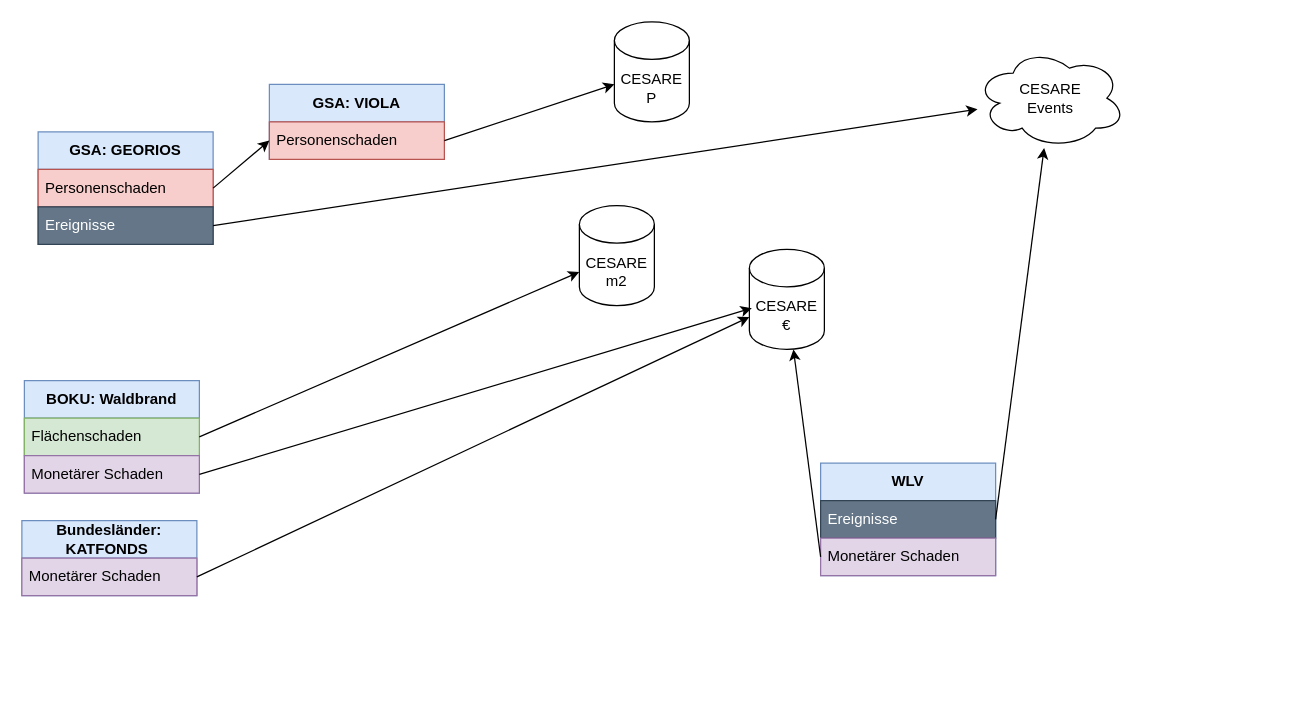
thomini/cesare_data_flow keeps this draw.io diagram as Unbenanntes Diagramm.drawio. Above is the earlier version. Source tidied: cells renumbered, new cells numbered last; positions are measured from the earlier drawing's top-left corner, leaving out a move shared by most shapes. Both pictures are drawn from the tidied source at 125%, with x=0, y=0 at pixel (21, 21).
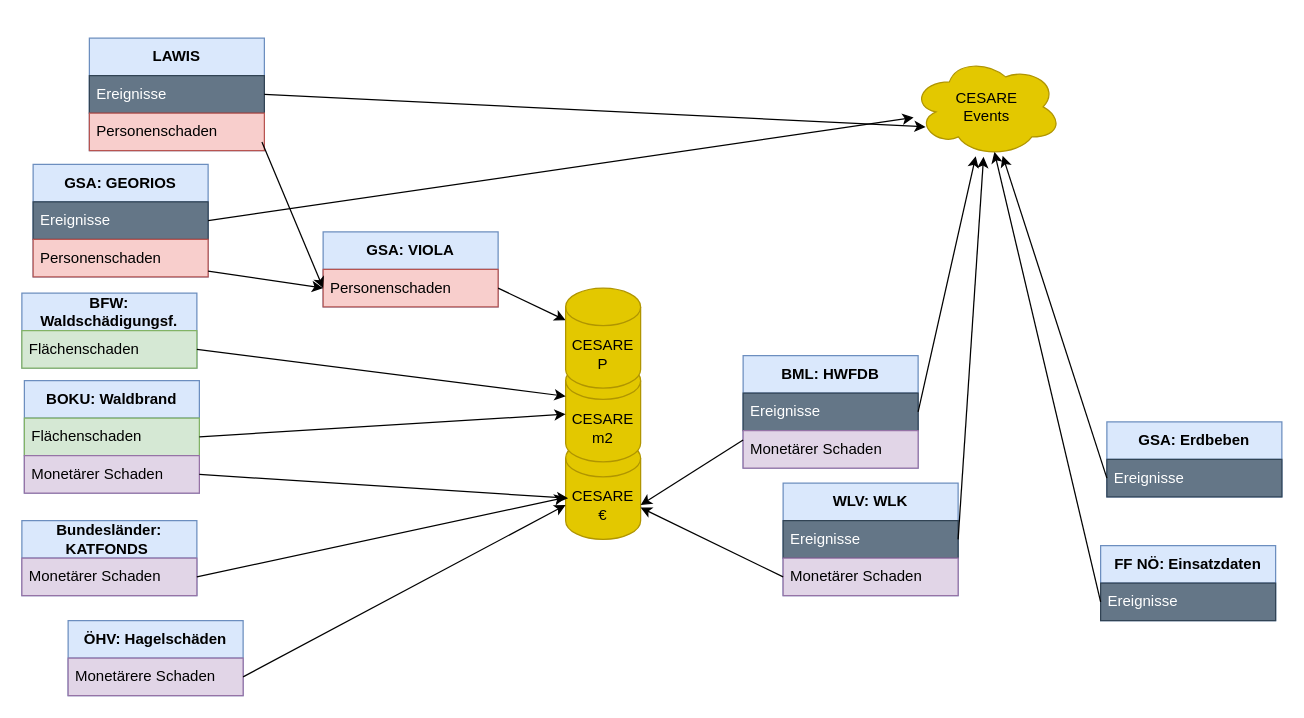
The same diagram, later.

Commit message:
DEV: include all sources

The change refers to these unchanged cells:
```xml
<mxCell id="3" value="Personenschaden" style="text;strokeColor=#b85450;fillColor=#f8cecc;align=left;verticalAlign=middle;spacingLeft=4;spacingRight=4;overflow=hidden;points=[[0,0.5],[1,0.5]];portConstraint=eastwest;whiteSpace=wrap;html=1;" parent="2" vertex="1">
  <mxGeometry y="30" width="140" height="30" as="geometry" />
</mxCell>
```

Diff of the diagram source:
```diff
@@
     <mxCell id="2" value="&lt;b&gt;GSA: VIOLA&lt;/b&gt;" style="swimlane;fontStyle=0;horizontal=1;startSize=30;whiteSpace=wrap;html=1;fillColor=#dae8fc;strokeColor=#6c8ebf;" parent="1" vertex="1">
-      <mxGeometry x="198" y="50" width="140" height="60" as="geometry" />
+      <mxGeometry x="241" y="168" width="140" height="60" as="geometry" />
     </mxCell>
@@
-    <mxCell id="7" value="CESARE&lt;div&gt;€&lt;/div&gt;" style="shape=cylinder3;whiteSpace=wrap;html=1;boundedLbl=1;backgroundOutline=1;size=15;" parent="1" vertex="1">
-      <mxGeometry x="582" y="182" width="60" height="80" as="geometry" />
+    <mxCell id="7" value="CESARE&lt;div&gt;€&lt;/div&gt;" style="shape=cylinder3;whiteSpace=wrap;html=1;boundedLbl=1;backgroundOutline=1;size=15;fillColor=#e3c800;fontColor=#000000;strokeColor=#B09500;" parent="1" vertex="1">
+      <mxGeometry x="435" y="334" width="60" height="80" as="geometry" />
     </mxCell>
-    <mxCell id="8" value="CESARE&lt;div&gt;P&lt;/div&gt;" style="shape=cylinder3;whiteSpace=wrap;html=1;boundedLbl=1;backgroundOutline=1;size=15;" parent="1" vertex="1">
-      <mxGeometry x="474" width="60" height="80" as="geometry" />
-    </mxCell>
-    <mxCell id="9" value="CESARE&lt;div&gt;m2&lt;/div&gt;" style="shape=cylinder3;whiteSpace=wrap;html=1;boundedLbl=1;backgroundOutline=1;size=15;" parent="1" vertex="1">
-      <mxGeometry x="446" y="147" width="60" height="80" as="geometry" />
+    <mxCell id="9" value="CESARE&lt;div&gt;m2&lt;/div&gt;" style="shape=cylinder3;whiteSpace=wrap;html=1;boundedLbl=1;backgroundOutline=1;size=15;fillColor=#e3c800;fontColor=#000000;strokeColor=#B09500;" parent="1" vertex="1">
+      <mxGeometry x="435" y="272" width="60" height="80" as="geometry" />
     </mxCell>
@@
-    <mxCell id="12" value="&lt;b&gt;WLV&lt;/b&gt;" style="swimlane;fontStyle=0;horizontal=1;startSize=30;whiteSpace=wrap;html=1;fillColor=#dae8fc;strokeColor=#6c8ebf;" parent="1" vertex="1">
-      <mxGeometry x="639" y="353" width="140" height="90" as="geometry" />
+    <mxCell id="12" value="&lt;b&gt;WLV: WLK&lt;/b&gt;" style="swimlane;fontStyle=0;horizontal=1;startSize=30;whiteSpace=wrap;html=1;fillColor=#dae8fc;strokeColor=#6c8ebf;" parent="1" vertex="1">
+      <mxGeometry x="609" y="369" width="140" height="90" as="geometry" />
     </mxCell>
@@
-    <mxCell id="19" value="CESARE&lt;div&gt;Events&lt;/div&gt;" style="ellipse;shape=cloud;whiteSpace=wrap;html=1;" parent="1" vertex="1">
-      <mxGeometry x="763" y="21" width="120" height="80" as="geometry" />
+    <mxCell id="19" value="CESARE&lt;div&gt;Events&lt;/div&gt;" style="ellipse;shape=cloud;whiteSpace=wrap;html=1;fillColor=#e3c800;fontColor=#000000;strokeColor=#B09500;" parent="1" vertex="1">
+      <mxGeometry x="712" y="28" width="120" height="80" as="geometry" />
     </mxCell>
@@
     <mxCell id="22" value="&lt;b&gt;GSA: GEORIOS&lt;/b&gt;" style="swimlane;fontStyle=0;horizontal=1;startSize=30;whiteSpace=wrap;html=1;fillColor=#dae8fc;strokeColor=#6c8ebf;" parent="1" vertex="1">
-      <mxGeometry x="13" y="88" width="140" height="90" as="geometry" />
+      <mxGeometry x="9" y="114" width="140" height="90" as="geometry" />
     </mxCell>
+    <mxCell id="24" value="Ereignisse" style="text;strokeColor=#314354;fillColor=#647687;align=left;verticalAlign=middle;spacingLeft=4;spacingRight=4;overflow=hidden;points=[[0,0.5],[1,0.5]];portConstraint=eastwest;whiteSpace=wrap;html=1;fontColor=#ffffff;" parent="22" vertex="1">
+      <mxGeometry y="30" width="140" height="30" as="geometry" />
+    </mxCell>
     <mxCell id="23" value="Personenschaden" style="text;strokeColor=#b85450;fillColor=#f8cecc;align=left;verticalAlign=middle;spacingLeft=4;spacingRight=4;overflow=hidden;points=[[0,0.5],[1,0.5]];portConstraint=eastwest;whiteSpace=wrap;html=1;" parent="22" vertex="1">
-      <mxGeometry y="30" width="140" height="30" as="geometry" />
+      <mxGeometry y="60" width="140" height="30" as="geometry" />
     </mxCell>
-    <mxCell id="24" value="Ereignisse" style="text;strokeColor=#314354;fillColor=#647687;align=left;verticalAlign=middle;spacingLeft=4;spacingRight=4;overflow=hidden;points=[[0,0.5],[1,0.5]];portConstraint=eastwest;whiteSpace=wrap;html=1;fontColor=#ffffff;" parent="22" vertex="1">
-      <mxGeometry y="60" width="140" height="30" as="geometry" />
-    </mxCell>
-    <mxCell id="25" style="endArrow=classic;html=1;rounded=0;exitX=1;exitY=0.5;exitDx=0;exitDy=0;entryX=0;entryY=0.5;entryDx=0;entryDy=0;" parent="1" edge="1" source="22" target="3">
+    <mxCell id="25" style="endArrow=classic;html=1;rounded=0;entryX=0;entryY=0.5;entryDx=0;entryDy=0;" parent="1" edge="1" source="23" target="3">
       <mxGeometry relative="1" as="geometry" />
     </mxCell>
+    <mxCell id="27" value="&lt;b&gt;BML: HWFDB&lt;/b&gt;" style="swimlane;fontStyle=0;horizontal=1;startSize=30;whiteSpace=wrap;html=1;fillColor=#dae8fc;strokeColor=#6c8ebf;" parent="1" vertex="1">
+      <mxGeometry x="577" y="267" width="140" height="90" as="geometry" />
+    </mxCell>
+    <mxCell id="28" value="Ereignisse" style="text;strokeColor=#314354;fillColor=#647687;align=left;verticalAlign=middle;spacingLeft=4;spacingRight=4;overflow=hidden;whiteSpace=wrap;html=1;fontColor=#ffffff;" parent="27" vertex="1">
+      <mxGeometry y="30" width="140" height="30" as="geometry" />
+    </mxCell>
+    <mxCell id="29" value="Monetärer Schaden" style="text;strokeColor=#9673a6;fillColor=#e1d5e7;align=left;verticalAlign=middle;spacingLeft=4;spacingRight=4;overflow=hidden;whiteSpace=wrap;html=1;" parent="27" vertex="1">
+      <mxGeometry y="60" width="140" height="30" as="geometry" />
+    </mxCell>
+    <mxCell id="30" value="&lt;b&gt;FF NÖ: Einsatzdaten&lt;/b&gt;" style="swimlane;fontStyle=0;horizontal=1;startSize=30;whiteSpace=wrap;html=1;fillColor=#dae8fc;strokeColor=#6c8ebf;" parent="1" vertex="1">
+      <mxGeometry x="863" y="419" width="140" height="60" as="geometry" />
+    </mxCell>
+    <mxCell id="31" value="Ereignisse" style="text;strokeColor=#314354;fillColor=#647687;align=left;verticalAlign=middle;spacingLeft=4;spacingRight=4;overflow=hidden;whiteSpace=wrap;html=1;fontColor=#ffffff;" parent="30" vertex="1">
+      <mxGeometry y="30" width="140" height="30" as="geometry" />
+    </mxCell>
+    <mxCell id="32" value="&lt;b&gt;BFW: Waldschädigungsf.&lt;/b&gt;" style="swimlane;fontStyle=0;horizontal=1;startSize=30;whiteSpace=wrap;html=1;fillColor=#dae8fc;strokeColor=#6c8ebf;" parent="1" vertex="1">
+      <mxGeometry y="217" width="140" height="60" as="geometry" />
+    </mxCell>
+    <mxCell id="33" value="Flächenschaden" style="text;strokeColor=#82b366;fillColor=#d5e8d4;align=left;verticalAlign=middle;spacingLeft=4;spacingRight=4;overflow=hidden;points=[[0,0.5],[1,0.5]];portConstraint=eastwest;whiteSpace=wrap;html=1;" parent="32" vertex="1">
+      <mxGeometry y="30" width="140" height="30" as="geometry" />
+    </mxCell>
+    <mxCell id="34" style="endArrow=classic;html=1;rounded=0;exitX=1;exitY=0.5;exitDx=0;exitDy=0;entryX=0;entryY=0;entryDx=0;entryDy=27.5;entryPerimeter=0;" parent="1" edge="1" source="33" target="9">
+      <mxGeometry relative="1" as="geometry" />
+    </mxCell>
@@
+    <mxCell id="8" value="CESARE&lt;div&gt;P&lt;/div&gt;" style="shape=cylinder3;whiteSpace=wrap;html=1;boundedLbl=1;backgroundOutline=1;size=15;fillColor=#e3c800;fontColor=#000000;strokeColor=#B09500;" parent="1" vertex="1">
+      <mxGeometry x="435" y="213" width="60" height="80" as="geometry" />
+    </mxCell>
+    <mxCell id="35" value="&lt;b&gt;GSA: Erdbeben&lt;/b&gt;" style="swimlane;fontStyle=0;horizontal=1;startSize=30;whiteSpace=wrap;html=1;fillColor=#dae8fc;strokeColor=#6c8ebf;" parent="1" vertex="1">
+      <mxGeometry x="868" y="320" width="140" height="60" as="geometry" />
+    </mxCell>
+    <mxCell id="36" value="Ereignisse" style="text;strokeColor=#314354;fillColor=#647687;align=left;verticalAlign=middle;spacingLeft=4;spacingRight=4;overflow=hidden;points=[[0,0.5],[1,0.5]];portConstraint=eastwest;whiteSpace=wrap;html=1;fontColor=#ffffff;" parent="35" vertex="1">
+      <mxGeometry y="30" width="140" height="30" as="geometry" />
+    </mxCell>
+    <mxCell id="37" style="endArrow=classic;html=1;rounded=0;exitX=0;exitY=0.5;exitDx=0;exitDy=0;" parent="1" edge="1" source="36" target="19">
+      <mxGeometry relative="1" as="geometry" />
+    </mxCell>
+    <mxCell id="38" style="endArrow=classic;html=1;rounded=0;exitX=0;exitY=0.75;exitDx=0;exitDy=0;entryX=0.55;entryY=0.95;entryDx=0;entryDy=0;entryPerimeter=0;" parent="1" edge="1" source="30" target="19">
+      <mxGeometry relative="1" as="geometry" />
+    </mxCell>
+    <mxCell id="39" style="endArrow=classic;html=1;rounded=0;exitX=1;exitY=0.5;exitDx=0;exitDy=0;" parent="1" edge="1" source="27" target="19">
+      <mxGeometry relative="1" as="geometry" />
+    </mxCell>
+    <mxCell id="40" style="endArrow=classic;html=1;rounded=0;exitX=0;exitY=0.75;exitDx=0;exitDy=0;entryX=1;entryY=0;entryDx=0;entryDy=52.5;entryPerimeter=0;" parent="1" edge="1" source="27" target="7">
+      <mxGeometry relative="1" as="geometry" />
+    </mxCell>
+    <mxCell id="41" value="&lt;b&gt;ÖHV: Hagelschäden&lt;/b&gt;" style="swimlane;fontStyle=0;horizontal=1;startSize=30;whiteSpace=wrap;html=1;fillColor=#dae8fc;strokeColor=#6c8ebf;" parent="1" vertex="1">
+      <mxGeometry x="37" y="479" width="140" height="60" as="geometry" />
+    </mxCell>
+    <mxCell id="42" value="Monetärere Schaden" style="text;strokeColor=#9673a6;fillColor=#e1d5e7;align=left;verticalAlign=middle;spacingLeft=4;spacingRight=4;overflow=hidden;whiteSpace=wrap;html=1;" parent="41" vertex="1">
+      <mxGeometry y="30" width="140" height="30" as="geometry" />
+    </mxCell>
+    <mxCell id="43" style="endArrow=classic;html=1;rounded=0;exitX=1;exitY=0.75;exitDx=0;exitDy=0;entryX=0;entryY=0;entryDx=0;entryDy=52.5;entryPerimeter=0;" parent="1" edge="1" source="41" target="7">
+      <mxGeometry relative="1" as="geometry" />
+    </mxCell>
+    <mxCell id="44" value="&lt;b&gt;LAWIS&lt;/b&gt;" style="swimlane;fontStyle=0;horizontal=1;startSize=30;whiteSpace=wrap;html=1;fillColor=#dae8fc;strokeColor=#6c8ebf;" parent="1" vertex="1">
+      <mxGeometry x="54" y="13" width="140" height="90" as="geometry" />
+    </mxCell>
+    <mxCell id="45" value="Ereignisse" style="text;strokeColor=#314354;fillColor=#647687;align=left;verticalAlign=middle;spacingLeft=4;spacingRight=4;overflow=hidden;points=[[0,0.5],[1,0.5]];portConstraint=eastwest;whiteSpace=wrap;html=1;fontColor=#ffffff;" parent="44" vertex="1">
+      <mxGeometry y="30" width="140" height="30" as="geometry" />
+    </mxCell>
+    <mxCell id="46" value="Personenschaden" style="text;strokeColor=#b85450;fillColor=#f8cecc;align=left;verticalAlign=middle;spacingLeft=4;spacingRight=4;overflow=hidden;points=[[0,0.5],[1,0.5]];portConstraint=eastwest;whiteSpace=wrap;html=1;" parent="44" vertex="1">
+      <mxGeometry y="60" width="140" height="30" as="geometry" />
+    </mxCell>
+    <mxCell id="47" style="endArrow=classic;html=1;rounded=0;exitX=1;exitY=0.5;exitDx=0;exitDy=0;" parent="1" edge="1" source="45">
+      <mxGeometry relative="1" as="geometry">
+        <mxPoint x="723" y="84" as="targetPoint" />
+      </mxGeometry>
+    </mxCell>
+    <mxCell id="48" style="endArrow=classic;html=1;rounded=0;exitX=0.986;exitY=0.767;exitDx=0;exitDy=0;entryX=0;entryY=0.75;entryDx=0;entryDy=0;exitPerimeter=0;" parent="1" edge="1" source="46" target="2">
+      <mxGeometry relative="1" as="geometry" />
+    </mxCell>
```
